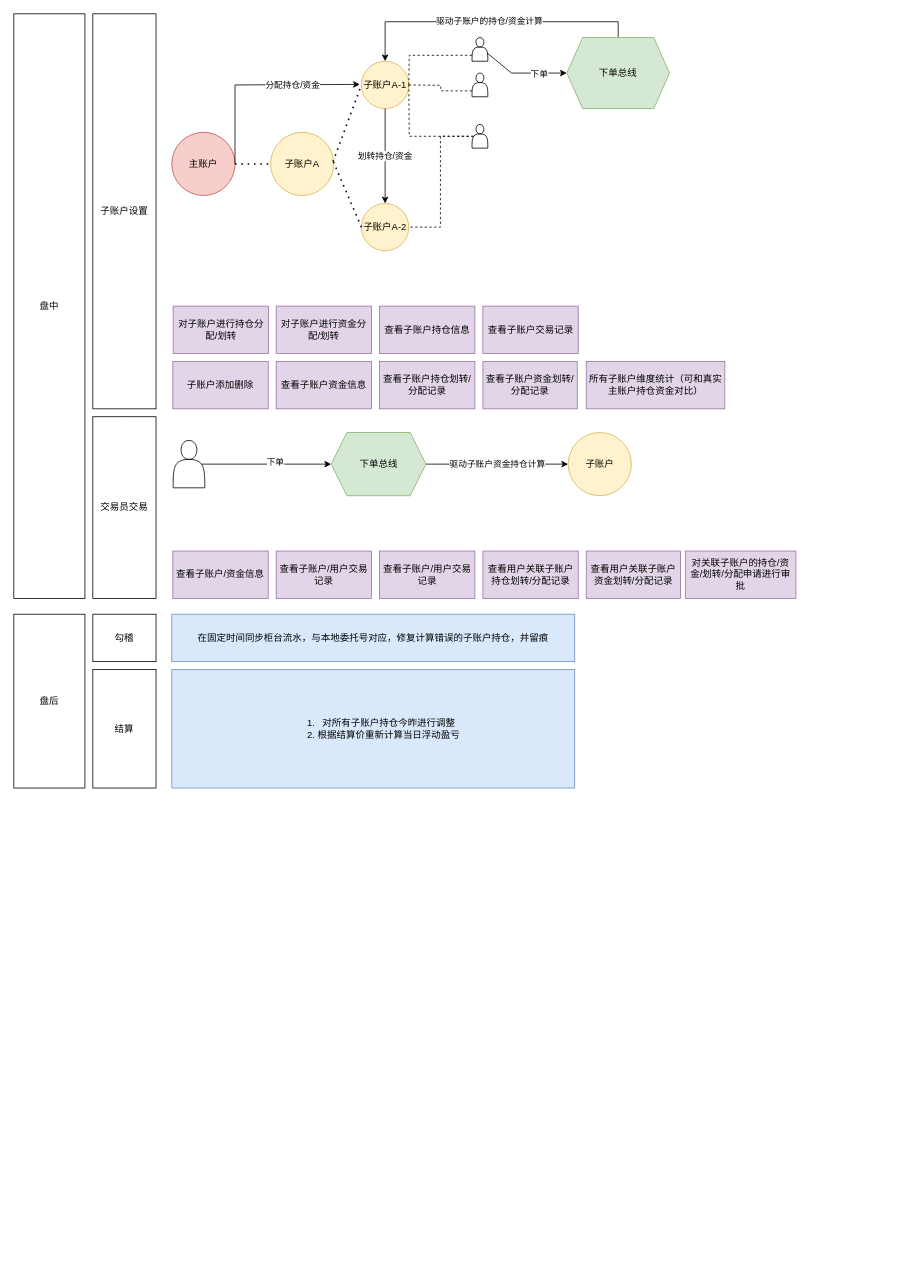
This is Untitled Diagram.drawio from ayizhi/subaccount, a draw.io file, before an edit. Source tidied: cells renumbered, new cells numbered last; positions are measured from the earlier drawing's top-left corner, leaving out a move shared by most shapes. Both pictures are drawn from the tidied source at 79%, with x=0, y=0 at pixel (13, 13).
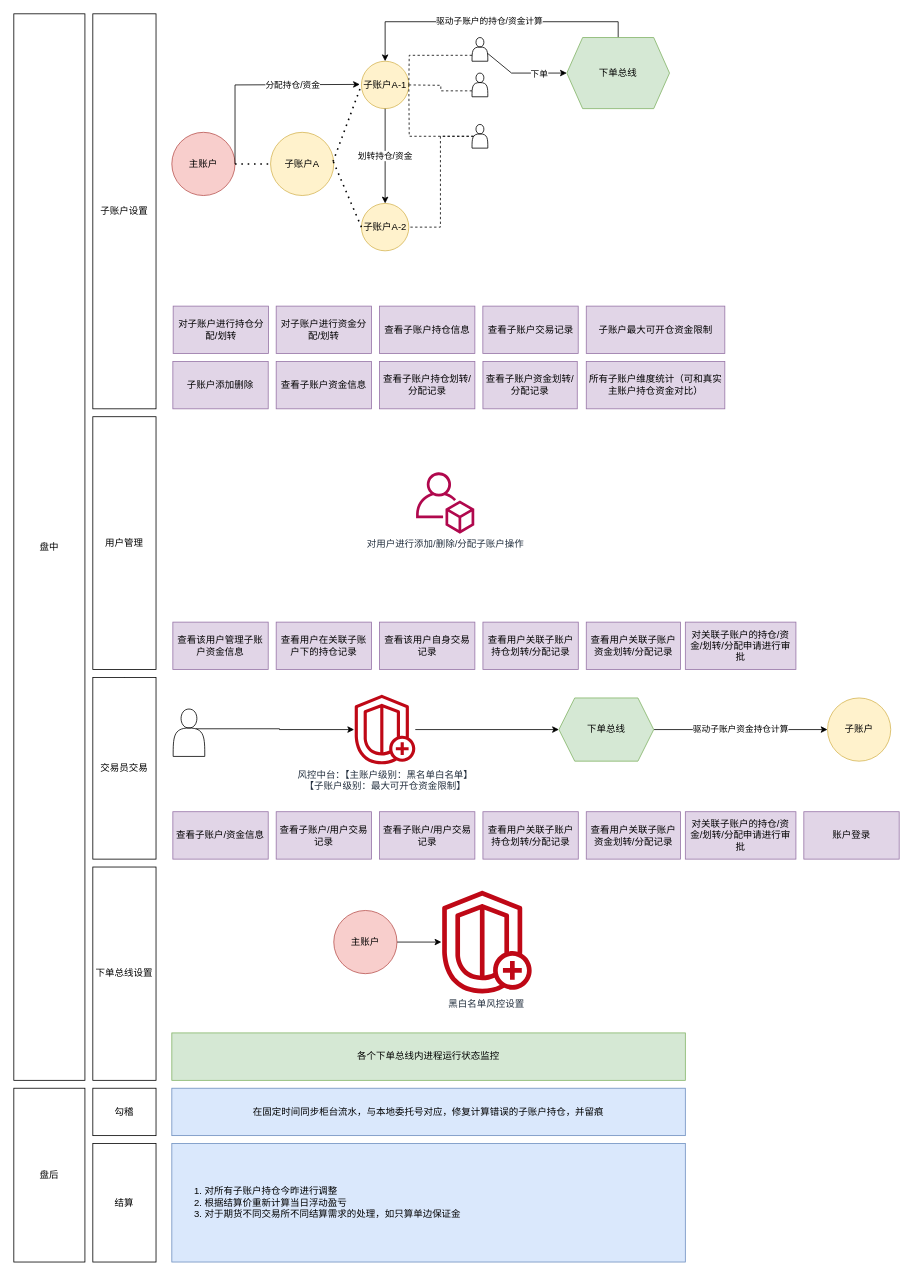
After the change.

Change to the diagram source:
```diff
@@
     <mxCell id="2" value="盘中" style="rounded=0;whiteSpace=wrap;html=1;" parent="1" vertex="1">
-      <mxGeometry width="90" height="740" as="geometry" />
+      <mxGeometry width="90" height="1350" as="geometry" />
     </mxCell>
     <mxCell id="3" value="盘后" style="rounded=0;whiteSpace=wrap;html=1;" parent="1" vertex="1">
-      <mxGeometry y="760" width="90" height="220" as="geometry" />
+      <mxGeometry y="1360" width="90" height="220" as="geometry" />
     </mxCell>
     <mxCell id="4" value="勾稽" style="rounded=0;whiteSpace=wrap;html=1;" parent="1" vertex="1">
-      <mxGeometry x="100" y="760" width="80" height="60" as="geometry" />
+      <mxGeometry x="100" y="1360" width="80" height="60" as="geometry" />
     </mxCell>
     <mxCell id="5" value="结算" style="rounded=0;whiteSpace=wrap;html=1;" parent="1" vertex="1">
-      <mxGeometry x="100" y="830" width="80" height="150" as="geometry" />
+      <mxGeometry x="100" y="1430" width="80" height="150" as="geometry" />
     </mxCell>
@@
     <mxCell id="7" style="edgeStyle=orthogonalEdgeStyle;rounded=0;jettySize=auto;html=1;exitX=0.5;exitY=0;exitDx=0;exitDy=0;" parent="1" edge="1" source="8">
       <mxGeometry relative="1" as="geometry">
-        <mxPoint x="139.8" y="539.8" as="targetPoint" />
+        <mxPoint x="139.8" y="869.8" as="targetPoint" />
       </mxGeometry>
     </mxCell>
     <mxCell id="8" value="交易员交易" style="rounded=0;whiteSpace=wrap;html=1;" parent="1" vertex="1">
-      <mxGeometry x="100" y="510" width="80" height="230" as="geometry" />
+      <mxGeometry x="100" y="840" width="80" height="230" as="geometry" />
     </mxCell>
@@
-    <mxCell id="30" style="edgeStyle=orthogonalEdgeStyle;rounded=0;jettySize=auto;html=1;exitX=0.9;exitY=0.5;exitDx=0;exitDy=0;exitPerimeter=0;entryX=0;entryY=0.5;entryDx=0;entryDy=0;" parent="1" edge="1" source="32" target="34">
-      <mxGeometry relative="1" as="geometry" />
-    </mxCell>
-    <mxCell id="31" value="下单" style="edgeLabel;html=1;align=center;verticalAlign=middle;" parent="30" vertex="1">
-      <mxGeometry x="0.13" y="3" relative="1" as="geometry" />
-    </mxCell>
+    <mxCell id="53" style="edgeStyle=orthogonalEdgeStyle;rounded=0;jettySize=auto;html=1;exitX=0.712;exitY=0.417;exitDx=0;exitDy=0;exitPerimeter=0;" parent="1" edge="1" source="32" target="56">
+      <mxGeometry relative="1" as="geometry" />
+    </mxCell>
     <mxCell id="32" style="shape=actor;whiteSpace=wrap;html=1;" parent="1" vertex="1">
-      <mxGeometry x="201.7" y="540" width="40" height="60" as="geometry" />
+      <mxGeometry x="201.7" y="880" width="40" height="60" as="geometry" />
     </mxCell>
@@
     <mxCell id="34" value="下单总线" style="shape=hexagon;perimeter=hexagonPerimeter2;whiteSpace=wrap;html=1;fixedSize=1;fillColor=#d5e8d4;strokeColor=#82b366;" parent="1" vertex="1">
-      <mxGeometry x="401.7" y="530" width="120" height="80" as="geometry" />
+      <mxGeometry x="690" y="866" width="120" height="80" as="geometry" />
     </mxCell>
     <mxCell id="35" value="子账户" style="ellipse;whiteSpace=wrap;html=1;fillColor=#fff2cc;strokeColor=#d6b656;" parent="1" vertex="1">
-      <mxGeometry x="701.7" y="530" width="80" height="80" as="geometry" />
+      <mxGeometry x="1030" y="866" width="80" height="80" as="geometry" />
     </mxCell>
     <mxCell id="36" value="查看子账户/资金信息" style="rounded=0;whiteSpace=wrap;html=1;fillColor=#e1d5e7;strokeColor=#9673a6;" parent="1" vertex="1">
-      <mxGeometry x="201.3" y="680" width="120.7" height="60" as="geometry" />
+      <mxGeometry x="201.3" y="1010" width="120.7" height="60" as="geometry" />
     </mxCell>
     <mxCell id="37" value="查看子账户/用户交易记录" style="rounded=0;whiteSpace=wrap;html=1;fillColor=#e1d5e7;strokeColor=#9673a6;" parent="1" vertex="1">
-      <mxGeometry x="332.1" y="680" width="120.7" height="60" as="geometry" />
+      <mxGeometry x="332.1" y="1010" width="120.7" height="60" as="geometry" />
     </mxCell>
     <mxCell id="38" value="查看用户关联子账户持仓划转/分配记录" style="rounded=0;whiteSpace=wrap;html=1;fillColor=#e1d5e7;strokeColor=#9673a6;" parent="1" vertex="1">
-      <mxGeometry x="593.8" y="680" width="120.7" height="60" as="geometry" />
+      <mxGeometry x="593.8" y="1010" width="120.7" height="60" as="geometry" />
     </mxCell>
     <mxCell id="39" value="查看用户关联子账户资金划转/分配记录" style="rounded=0;whiteSpace=wrap;html=1;fillColor=#e1d5e7;strokeColor=#9673a6;" parent="1" vertex="1">
-      <mxGeometry x="724.6" y="680" width="119.4" height="60" as="geometry" />
+      <mxGeometry x="724.6" y="1010" width="119.4" height="60" as="geometry" />
     </mxCell>
     <mxCell id="40" value="查看子账户/用户交易记录" style="rounded=0;whiteSpace=wrap;html=1;fillColor=#e1d5e7;strokeColor=#9673a6;" parent="1" vertex="1">
-      <mxGeometry x="462.9" y="680" width="120.7" height="60" as="geometry" />
+      <mxGeometry x="462.9" y="1010" width="120.7" height="60" as="geometry" />
     </mxCell>
     <mxCell id="41" value="在固定时间同步柜台流水，与本地委托号对应，修复计算错误的子账户持仓，并留痕" style="rounded=0;whiteSpace=wrap;html=1;fillColor=#dae8fc;strokeColor=#6c8ebf;" parent="1" vertex="1">
-      <mxGeometry x="200" y="760" width="510" height="60" as="geometry" />
+      <mxGeometry x="200" y="1360" width="650" height="60" as="geometry" />
     </mxCell>
-    <mxCell id="42" value="&lt;ol&gt;&lt;li&gt;对所有子账户持仓今昨进行调整&lt;/li&gt;&lt;li&gt;根据结算价重新计算当日浮动盈亏&lt;/li&gt;&lt;/ol&gt;" style="rounded=0;whiteSpace=wrap;html=1;fillColor=#dae8fc;strokeColor=#6c8ebf;" parent="1" vertex="1">
-      <mxGeometry x="200" y="830" width="510" height="150" as="geometry" />
+    <mxCell id="42" value="&lt;ol&gt;&lt;li&gt;对所有子账户持仓今昨进行调整&lt;/li&gt;&lt;li&gt;根据结算价重新计算当日浮动盈亏&lt;/li&gt;&lt;li&gt;对于期货不同交易所不同结算需求的处理，如只算单边保证金&lt;/li&gt;&lt;/ol&gt;" style="rounded=0;whiteSpace=wrap;html=1;fillColor=#dae8fc;strokeColor=#6c8ebf;align=left;" parent="1" vertex="1">
+      <mxGeometry x="200" y="1430" width="650" height="150" as="geometry" />
     </mxCell>
@@
     <mxCell id="52" value="对关联子账户的持仓/资金/划转/分配申请进行审批" style="rounded=0;whiteSpace=wrap;html=1;fillColor=#e1d5e7;strokeColor=#9673a6;" parent="1" vertex="1">
-      <mxGeometry x="850" y="680" width="140" height="60" as="geometry" />
+      <mxGeometry x="850" y="1010" width="140" height="60" as="geometry" />
     </mxCell>
+    <mxCell id="54" value="子账户最大可开仓资金限制" style="rounded=0;whiteSpace=wrap;html=1;fillColor=#e1d5e7;strokeColor=#9673a6;" parent="1" vertex="1">
+      <mxGeometry x="724.6" y="370" width="175.4" height="60" as="geometry" />
+    </mxCell>
+    <mxCell id="55" style="edgeStyle=orthogonalEdgeStyle;rounded=0;jettySize=auto;html=1;entryX=0;entryY=0.5;entryDx=0;entryDy=0;" parent="1" edge="1" source="56" target="34">
+      <mxGeometry relative="1" as="geometry" />
+    </mxCell>
+    <mxCell id="56" value="风控中台：【主账户级别：黑名单白名单】&lt;br&gt;【子账户级别：最大可开仓资金限制】" style="sketch=0;outlineConnect=0;fontColor=#232F3E;gradientColor=none;fillColor=#BF0816;strokeColor=none;dashed=0;verticalLabelPosition=bottom;verticalAlign=top;align=center;html=1;fontSize=12;fontStyle=0;shape=mxgraph.aws4.shield_shield_advanced;" parent="1" vertex="1">
+      <mxGeometry x="430" y="862" width="79" height="88" as="geometry" />
+    </mxCell>
+    <mxCell id="57" value="下单总线设置" style="rounded=0;whiteSpace=wrap;html=1;" parent="1" vertex="1">
+      <mxGeometry x="100" y="1080" width="80" height="270" as="geometry" />
+    </mxCell>
+    <mxCell id="58" value="黑白名单风控设置" style="sketch=0;outlineConnect=0;fontColor=#232F3E;gradientColor=none;fillColor=#BF0816;strokeColor=none;dashed=0;verticalLabelPosition=bottom;verticalAlign=top;align=center;html=1;fontSize=12;fontStyle=0;shape=mxgraph.aws4.shield_shield_advanced;" parent="1" vertex="1">
+      <mxGeometry x="540" y="1110" width="116.7" height="130" as="geometry" />
+    </mxCell>
+    <mxCell id="59" value="各个下单总线内进程运行状态监控" style="rounded=0;whiteSpace=wrap;html=1;fillColor=#d5e8d4;strokeColor=#82b366;" parent="1" vertex="1">
+      <mxGeometry x="200" y="1290" width="650" height="60" as="geometry" />
+    </mxCell>
+    <mxCell id="60" style="edgeStyle=orthogonalEdgeStyle;rounded=0;jettySize=auto;html=1;exitX=1;exitY=0.5;exitDx=0;exitDy=0;" parent="1" edge="1" source="61" target="58">
+      <mxGeometry relative="1" as="geometry" />
+    </mxCell>
+    <mxCell id="61" value="主账户" style="ellipse;whiteSpace=wrap;html=1;fillColor=#f8cecc;strokeColor=#b85450;" parent="1" vertex="1">
+      <mxGeometry x="405" y="1135" width="80" height="80" as="geometry" />
+    </mxCell>
+    <mxCell id="62" value="用户管理" style="rounded=0;whiteSpace=wrap;html=1;" parent="1" vertex="1">
+      <mxGeometry x="100" y="510" width="80" height="320" as="geometry" />
+    </mxCell>
+    <mxCell id="63" value="查看该用户管理子账户资金信息" style="rounded=0;whiteSpace=wrap;html=1;fillColor=#e1d5e7;strokeColor=#9673a6;" parent="1" vertex="1">
+      <mxGeometry x="201.3" y="770" width="120.7" height="60" as="geometry" />
+    </mxCell>
+    <mxCell id="64" value="查看该用户自身交易记录" style="rounded=0;whiteSpace=wrap;html=1;fillColor=#e1d5e7;strokeColor=#9673a6;" parent="1" vertex="1">
+      <mxGeometry x="462.9" y="770" width="120.7" height="60" as="geometry" />
+    </mxCell>
+    <mxCell id="65" value="查看用户关联子账户持仓划转/分配记录" style="rounded=0;whiteSpace=wrap;html=1;fillColor=#e1d5e7;strokeColor=#9673a6;" parent="1" vertex="1">
+      <mxGeometry x="593.8" y="770" width="120.7" height="60" as="geometry" />
+    </mxCell>
+    <mxCell id="66" value="查看用户关联子账户资金划转/分配记录" style="rounded=0;whiteSpace=wrap;html=1;fillColor=#e1d5e7;strokeColor=#9673a6;" parent="1" vertex="1">
+      <mxGeometry x="724.6" y="770" width="119.4" height="60" as="geometry" />
+    </mxCell>
+    <mxCell id="67" value="查看用户在关联子账户下的持仓记录" style="rounded=0;whiteSpace=wrap;html=1;fillColor=#e1d5e7;strokeColor=#9673a6;" parent="1" vertex="1">
+      <mxGeometry x="332.1" y="770" width="120.7" height="60" as="geometry" />
+    </mxCell>
+    <mxCell id="68" value="对关联子账户的持仓/资金/划转/分配申请进行审批" style="rounded=0;whiteSpace=wrap;html=1;fillColor=#e1d5e7;strokeColor=#9673a6;" parent="1" vertex="1">
+      <mxGeometry x="850" y="770" width="140" height="60" as="geometry" />
+    </mxCell>
+    <mxCell id="69" value="对用户进行添加/删除/分配子账户操作" style="sketch=0;fontColor=#232F3E;gradientColor=none;fillColor=#B0084D;strokeColor=none;dashed=0;verticalLabelPosition=bottom;verticalAlign=top;align=center;html=1;fontSize=12;fontStyle=0;shape=mxgraph.aws4.organizations_account;" parent="1" vertex="1">
+      <mxGeometry x="509" y="580" width="74" height="78" as="geometry" />
+    </mxCell>
+    <mxCell id="70" value="账户登录" style="rounded=0;whiteSpace=wrap;html=1;fillColor=#e1d5e7;strokeColor=#9673a6;" parent="1" vertex="1">
+      <mxGeometry x="1000" y="1010" width="120.7" height="60" as="geometry" />
+    </mxCell>
```
